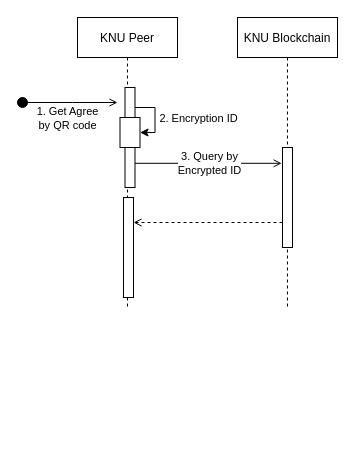
Above: page "query" (3 of 3) of Sequence Diagram.drawio in GunhyungKim/TrackingSystem (draw.io), before the change. Source tidied: cells renumbered, new cells numbered last; positions are measured from the earlier drawing's top-left corner, leaving out a move shared by most shapes. Both pictures are drawn from the tidied source at 100%, with x=0, y=0 at pixel (17, 17).
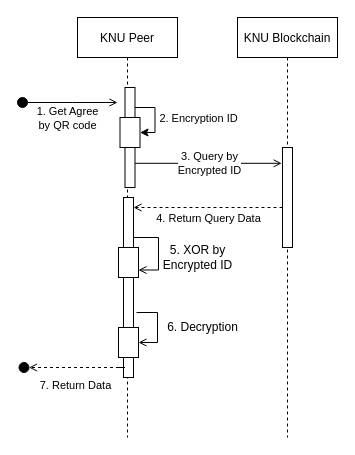
Above is the later version.

Commit message (it also covers changes not shown here):
check and query ver1

The change refers to these unchanged cells:
```xml
<mxCell id="3" style="rounded=0;whiteSpace=wrap;html=1;" parent="2" vertex="1">
  <mxGeometry x="45" y="130" width="10" height="100" as="geometry" />
</mxCell>
```

Diff of the diagram source:
```diff
@@
     <mxCell id="2" value="KNU Blockchain" style="shape=umlLifeline;perimeter=lifelinePerimeter;rounded=0;shadow=0;strokeWidth=1;" parent="1" vertex="1">
-      <mxGeometry x="220" width="100" height="290" as="geometry" />
+      <mxGeometry x="220" width="100" height="420" as="geometry" />
     </mxCell>
@@
     <mxCell id="4" value="KNU Peer" style="shape=umlLifeline;perimeter=lifelinePerimeter;rounded=0;shadow=0;strokeWidth=1;" parent="1" vertex="1">
-      <mxGeometry x="60" width="100" height="290" as="geometry" />
+      <mxGeometry x="60" width="100" height="420" as="geometry" />
     </mxCell>
+    <mxCell id="16" style="edgeStyle=orthogonalEdgeStyle;rounded=0;jettySize=auto;html=1;entryX=1;entryY=0.75;entryDx=0;entryDy=0;endArrow=open;endFill=0;" parent="4" edge="1" target="18">
+      <mxGeometry relative="1" as="geometry">
+        <mxPoint x="51" y="220" as="sourcePoint" />
+        <Array as="points">
+          <mxPoint x="56" y="220" />
+          <mxPoint x="81" y="220" />
+          <mxPoint x="81" y="253" />
+        </Array>
+      </mxGeometry>
+    </mxCell>
+    <mxCell id="17" style="edgeStyle=orthogonalEdgeStyle;rounded=0;jettySize=auto;html=1;exitX=1.3;exitY=0.639;exitDx=0;exitDy=0;entryX=1;entryY=0.5;entryDx=0;entryDy=0;endArrow=open;endFill=0;exitPerimeter=0;" parent="4" edge="1" source="5" target="19">
+      <mxGeometry relative="1" as="geometry">
+        <Array as="points">
+          <mxPoint x="80" y="295" />
+          <mxPoint x="80" y="325" />
+        </Array>
+      </mxGeometry>
+    </mxCell>
     <mxCell id="5" style="rounded=0;whiteSpace=wrap;html=1;" parent="4" vertex="1">
-      <mxGeometry x="46" y="180" width="10" height="100" as="geometry" />
+      <mxGeometry x="46" y="180" width="10" height="180" as="geometry" />
     </mxCell>
+    <mxCell id="18" style="rounded=0;whiteSpace=wrap;html=1;fillColor=#FFFFFF;" parent="4" vertex="1">
+      <mxGeometry x="41" y="230" width="20" height="30" as="geometry" />
+    </mxCell>
+    <mxCell id="19" style="rounded=0;whiteSpace=wrap;html=1;fillColor=#FFFFFF;" parent="4" vertex="1">
+      <mxGeometry x="41" y="310" width="20" height="30" as="geometry" />
+    </mxCell>
@@
-    <mxCell id="15" style="edgeStyle=orthogonalEdgeStyle;rounded=0;jettySize=auto;html=1;exitX=0;exitY=0.75;exitDx=0;exitDy=0;entryX=1;entryY=0.25;entryDx=0;entryDy=0;endArrow=open;endFill=0;dashed=1;" parent="1" edge="1" source="3" target="5">
-      <mxGeometry relative="1" as="geometry" />
+    <mxCell id="15" style="edgeStyle=orthogonalEdgeStyle;rounded=0;orthogonalLoop=1;jettySize=auto;html=1;exitX=0;exitY=0.75;exitDx=0;exitDy=0;entryX=1;entryY=0.25;entryDx=0;entryDy=0;endArrow=open;endFill=0;dashed=1;" parent="1" edge="1">
+      <mxGeometry relative="1" as="geometry">
+        <mxPoint x="265" y="190" as="sourcePoint" />
+        <mxPoint x="116" y="190" as="targetPoint" />
+      </mxGeometry>
     </mxCell>
+    <mxCell id="20" value="4. Return Query Data" style="edgeLabel;html=1;align=center;verticalAlign=middle;" parent="15" vertex="1">
+      <mxGeometry x="0.15" y="2" relative="1" as="geometry">
+        <mxPoint x="11" y="8" as="offset" />
+      </mxGeometry>
+    </mxCell>
+    <mxCell id="21" value="5. XOR by&lt;br&gt;Encrypted ID" style="text;html=1;align=center;verticalAlign=middle;fillColor=none;strokeColor=none;rounded=0;" parent="1" vertex="1">
+      <mxGeometry x="140" y="225" width="80" height="30" as="geometry" />
+    </mxCell>
+    <mxCell id="22" style="ellipse;whiteSpace=wrap;html=1;fillColor=#000000;" parent="1" vertex="1">
+      <mxGeometry x="1.5" y="345" width="10" height="10" as="geometry" />
+    </mxCell>
+    <mxCell id="23" style="edgeStyle=orthogonalEdgeStyle;rounded=0;jettySize=auto;html=1;entryX=1;entryY=0.5;entryDx=0;entryDy=0;endArrow=open;endFill=0;dashed=1;" parent="1" edge="1" target="22">
+      <mxGeometry relative="1" as="geometry">
+        <mxPoint x="101.5" y="350" as="sourcePoint" />
+        <Array as="points">
+          <mxPoint x="107.5" y="350" />
+        </Array>
+      </mxGeometry>
+    </mxCell>
+    <mxCell id="24" value="7. Return Data" style="edgeLabel;html=1;align=center;verticalAlign=middle;" parent="23" vertex="1">
+      <mxGeometry x="-0.06" y="3" relative="1" as="geometry">
+        <mxPoint x="-8" y="14" as="offset" />
+      </mxGeometry>
+    </mxCell>
+    <mxCell id="25" value="6. Decryption" style="text;html=1;align=center;verticalAlign=middle;fillColor=none;strokeColor=none;rounded=0;" parent="1" vertex="1">
+      <mxGeometry x="140" y="300" width="90" height="20" as="geometry" />
+    </mxCell>
```
